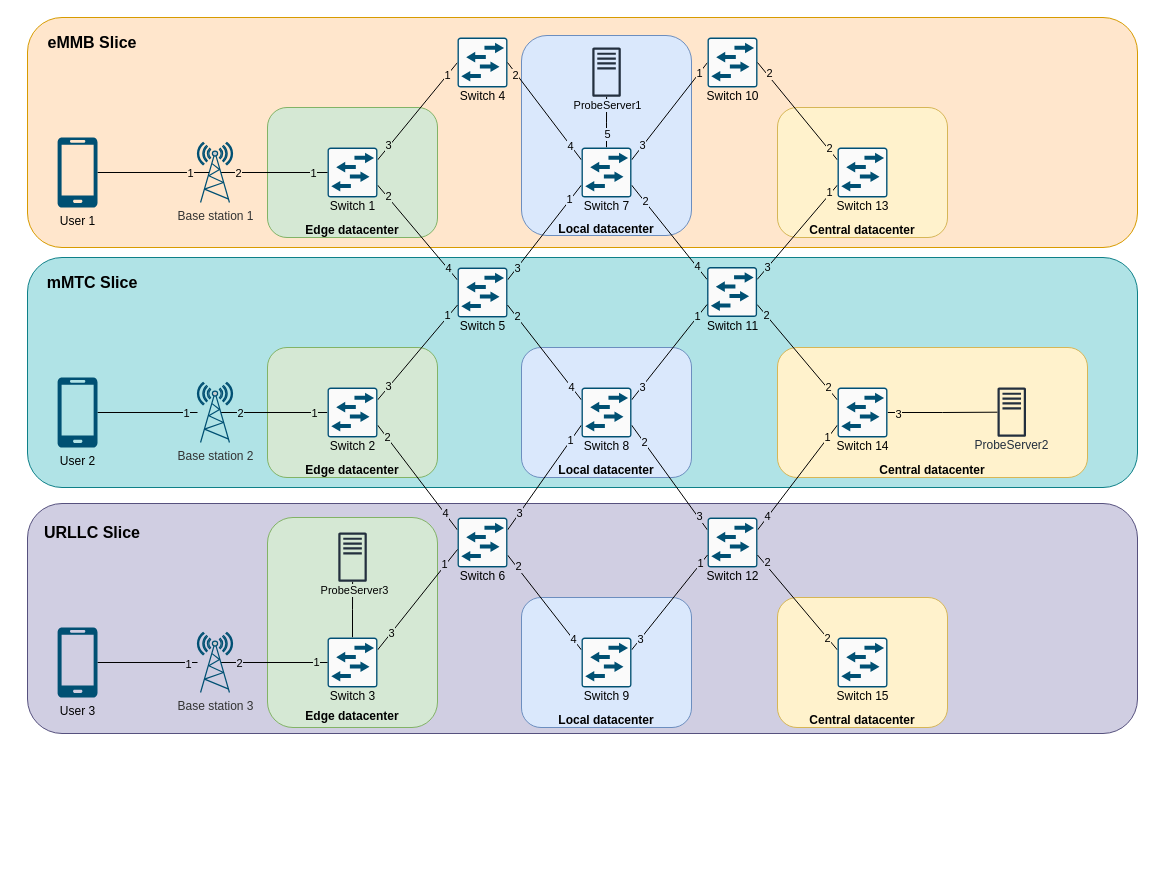
This is images/scenario_EMU.drawio from SuperboGiuseppe/sdn_slicing_blueprint, a draw.io file, before an edit. Source tidied: cells renumbered, new cells numbered last; positions are measured from the earlier drawing's top-left corner, leaving out a move shared by most shapes. Both pictures are drawn from the tidied source at 100%, with x=0, y=0 at pixel (17, 17).
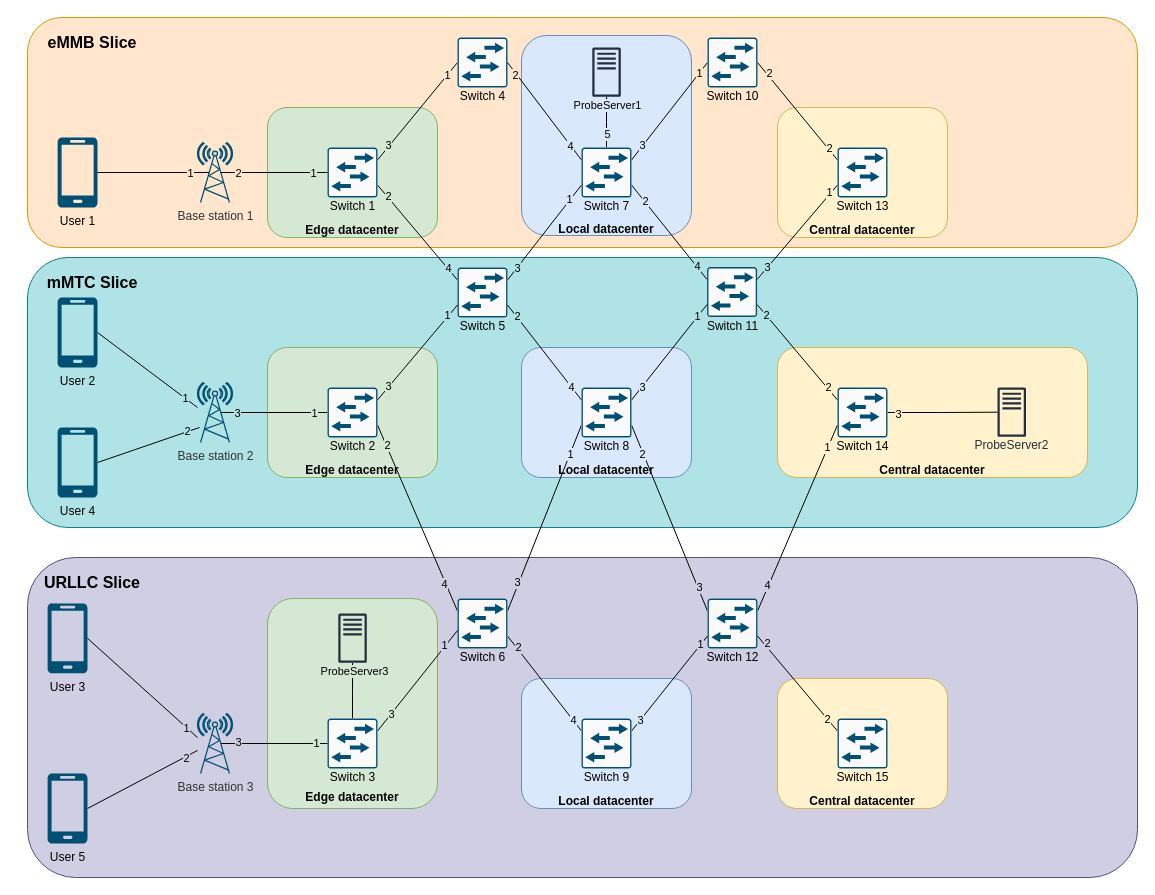
The same page after the edit.

Unchanged cells that the change refers to:
```xml
<mxCell id="56" style="edgeStyle=orthogonalEdgeStyle;rounded=0;jettySize=auto;html=1;exitX=0;exitY=0.5;exitDx=0;exitDy=0;exitPerimeter=0;endArrow=none;endFill=0;entryX=0.67;entryY=0.5;entryDx=0;entryDy=0;entryPerimeter=0;" parent="1" edge="1" source="59" target="104">
  <mxGeometry relative="1" as="geometry" />
</mxCell>
<mxCell id="60" style="edgeStyle=none;rounded=0;jettySize=auto;html=1;exitX=1;exitY=0.25;exitDx=0;exitDy=0;exitPerimeter=0;entryX=0;entryY=0.75;entryDx=0;entryDy=0;entryPerimeter=0;endArrow=none;endFill=0;" parent="1" edge="1" source="66" target="76">
  <mxGeometry relative="1" as="geometry" />
</mxCell>
<mxCell id="73" style="edgeStyle=none;rounded=0;jettySize=auto;html=1;exitX=1;exitY=0.75;exitDx=0;exitDy=0;exitPerimeter=0;entryX=0;entryY=0.25;entryDx=0;entryDy=0;entryPerimeter=0;endArrow=none;endFill=0;" parent="1" edge="1" source="76" target="80">
  <mxGeometry relative="1" as="geometry" />
</mxCell>
<mxCell id="104" value="&lt;font color=&quot;#333333&quot;&gt;Base station 2&lt;br&gt;&lt;/font&gt;" style="fontColor=#0066CC;verticalAlign=top;verticalLabelPosition=bottom;labelPosition=center;align=center;html=1;outlineConnect=0;fillColor=#CCCCCC;gradientColor=none;gradientDirection=north;strokeWidth=2;shape=mxgraph.networks.radio_tower;strokeColor=#005073;" parent="1" vertex="1">
  <mxGeometry x="180" y="365" width="35" height="60" as="geometry" />
</mxCell>
<mxCell id="105" style="edgeStyle=orthogonalEdgeStyle;rounded=0;jettySize=auto;html=1;exitX=0.67;exitY=0.5;exitDx=0;exitDy=0;exitPerimeter=0;entryX=0;entryY=0.5;entryDx=0;entryDy=0;entryPerimeter=0;endArrow=none;endFill=0;" parent="1" edge="1" source="108" target="91">
  <mxGeometry relative="1" as="geometry" />
</mxCell>
```

Diff of the diagram source:
```diff
@@
     <mxCell id="2" style="rounded=1;whiteSpace=wrap;html=1;fillColor=#d0cee2;strokeColor=#56517e;" parent="1" vertex="1">
-      <mxGeometry x="10" y="486" width="1110" height="230" as="geometry" />
+      <mxGeometry x="10" y="540" width="1110" height="320" as="geometry" />
     </mxCell>
     <mxCell id="3" style="rounded=1;whiteSpace=wrap;html=1;fillColor=#b0e3e6;strokeColor=#0e8088;" parent="1" vertex="1">
-      <mxGeometry x="10" y="240" width="1110" height="230" as="geometry" />
+      <mxGeometry x="10" y="240" width="1110" height="270" as="geometry" />
     </mxCell>
@@
     <mxCell id="5" value="&lt;b&gt;&lt;br&gt;&lt;br&gt;&lt;span style=&quot;color: rgb(0 , 0 , 0) ; font-family: &amp;#34;helvetica&amp;#34; ; font-size: 12px ; font-style: normal ; letter-spacing: normal ; text-align: center ; text-indent: 0px ; text-transform: none ; word-spacing: 0px ; display: inline ; float: none&quot;&gt;&lt;br&gt;&lt;br&gt;&lt;br&gt;&lt;br&gt;&lt;br&gt;&lt;br&gt;Local datacenter&lt;/span&gt;&lt;/b&gt;" style="rounded=1;whiteSpace=wrap;html=1;fillColor=#dae8fc;strokeColor=#6c8ebf;" parent="1" vertex="1">
-      <mxGeometry x="504" y="580" width="170" height="130" as="geometry" />
+      <mxGeometry x="504" y="661" width="170" height="130" as="geometry" />
     </mxCell>
@@
-    <mxCell id="58" value="2" style="edgeLabel;html=1;align=center;verticalAlign=middle;fontColor=#000000;labelBackgroundColor=#B0E3E6;" parent="56" vertex="1">
-      <mxGeometry x="0.65" relative="1" as="geometry" />
-    </mxCell>
+    <mxCell id="124" value="3" style="edgeLabel;html=1;align=center;verticalAlign=middle;labelBackgroundColor=#B0E3E6;" parent="56" vertex="1">
+      <mxGeometry x="0.71" relative="1" as="geometry" />
+    </mxCell>
@@
     <mxCell id="62" value="3" style="edgeLabel;html=1;align=center;verticalAlign=middle;fontColor=#000000;labelBackgroundColor=#D0CEE2;" parent="60" vertex="1">
       <mxGeometry x="-0.63" y="1" relative="1" as="geometry">
-        <mxPoint x="-2" y="3" as="offset" />
+        <mxPoint x="-3" y="6" as="offset" />
       </mxGeometry>
     </mxCell>
@@
     <mxCell id="66" value="Switch 6" style="points=[[0.015,0.015,0],[0.985,0.015,0],[0.985,0.985,0],[0.015,0.985,0],[0.25,0,0],[0.5,0,0],[0.75,0,0],[1,0.25,0],[1,0.5,0],[1,0.75,0],[0.75,1,0],[0.5,1,0],[0.25,1,0],[0,0.75,0],[0,0.5,0],[0,0.25,0]];verticalLabelPosition=bottom;html=1;verticalAlign=top;align=center;shape=mxgraph.cisco19.rect;prIcon=l2_switch;fillColor=#FAFAFA;strokeColor=#005073;spacing=-3;" parent="1" vertex="1">
-      <mxGeometry x="440" y="500" width="50" height="50" as="geometry" />
+      <mxGeometry x="440" y="581" width="50" height="50" as="geometry" />
     </mxCell>
@@
     <mxCell id="74" value="2" style="edgeLabel;html=1;align=center;verticalAlign=middle;fontColor=#000000;labelBackgroundColor=#DAE8FC;" parent="73" vertex="1">
       <mxGeometry x="-0.59" y="1" relative="1" as="geometry">
-        <mxPoint x="-4" y="-4" as="offset" />
+        <mxPoint x="-6" y="-9" as="offset" />
       </mxGeometry>
     </mxCell>
@@
     <mxCell id="80" value="Switch 12" style="points=[[0.015,0.015,0],[0.985,0.015,0],[0.985,0.985,0],[0.015,0.985,0],[0.25,0,0],[0.5,0,0],[0.75,0,0],[1,0.25,0],[1,0.5,0],[1,0.75,0],[0.75,1,0],[0.5,1,0],[0.25,1,0],[0,0.75,0],[0,0.5,0],[0,0.25,0]];verticalLabelPosition=bottom;html=1;verticalAlign=top;align=center;shape=mxgraph.cisco19.rect;prIcon=l2_switch;fillColor=#FAFAFA;strokeColor=#005073;spacing=-3;" parent="1" vertex="1">
-      <mxGeometry x="690" y="500" width="50" height="50" as="geometry" />
+      <mxGeometry x="690" y="581" width="50" height="50" as="geometry" />
     </mxCell>
@@
     <mxCell id="84" value="&lt;br&gt;&lt;br&gt;&lt;br&gt;&lt;br&gt;&lt;br&gt;&lt;br&gt;&lt;br&gt;&lt;br&gt;&lt;b&gt;Central datacenter&lt;/b&gt;" style="rounded=1;whiteSpace=wrap;html=1;fillColor=#fff2cc;strokeColor=#d6b656;" parent="1" vertex="1">
-      <mxGeometry x="760" y="580" width="170" height="130" as="geometry" />
+      <mxGeometry x="760" y="661" width="170" height="130" as="geometry" />
     </mxCell>
     <mxCell id="85" value="&lt;br&gt;&lt;br&gt;&lt;br&gt;&lt;br&gt;&lt;br&gt;&lt;br&gt;&lt;br&gt;&lt;br&gt;&lt;br&gt;&lt;br&gt;&lt;br&gt;&lt;br&gt;&lt;br&gt;&lt;b&gt;Edge datacenter&lt;/b&gt;" style="rounded=1;whiteSpace=wrap;html=1;fillColor=#d5e8d4;strokeColor=#82b366;" parent="1" vertex="1">
-      <mxGeometry x="250" y="500" width="170" height="210" as="geometry" />
+      <mxGeometry x="250" y="581" width="170" height="210" as="geometry" />
     </mxCell>
@@
     <mxCell id="91" value="Switch 3" style="points=[[0.015,0.015,0],[0.985,0.015,0],[0.985,0.985,0],[0.015,0.985,0],[0.25,0,0],[0.5,0,0],[0.75,0,0],[1,0.25,0],[1,0.5,0],[1,0.75,0],[0.75,1,0],[0.5,1,0],[0.25,1,0],[0,0.75,0],[0,0.5,0],[0,0.25,0]];verticalLabelPosition=bottom;html=1;verticalAlign=top;align=center;shape=mxgraph.cisco19.rect;prIcon=l2_switch;fillColor=#FAFAFA;strokeColor=#005073;spacing=-3;" parent="1" vertex="1">
-      <mxGeometry x="310" y="620" width="50" height="50" as="geometry" />
+      <mxGeometry x="310" y="701" width="50" height="50" as="geometry" />
     </mxCell>
@@
     <mxCell id="95" value="Switch 9" style="points=[[0.015,0.015,0],[0.985,0.015,0],[0.985,0.985,0],[0.015,0.985,0],[0.25,0,0],[0.5,0,0],[0.75,0,0],[1,0.25,0],[1,0.5,0],[1,0.75,0],[0.75,1,0],[0.5,1,0],[0.25,1,0],[0,0.75,0],[0,0.5,0],[0,0.25,0]];verticalLabelPosition=bottom;html=1;verticalAlign=top;align=center;shape=mxgraph.cisco19.rect;prIcon=l2_switch;fillColor=#FAFAFA;strokeColor=#005073;spacing=-3;" parent="1" vertex="1">
-      <mxGeometry x="564" y="620" width="50" height="50" as="geometry" />
+      <mxGeometry x="564" y="701" width="50" height="50" as="geometry" />
     </mxCell>
@@
     <mxCell id="99" value="Switch 15&lt;br&gt;" style="points=[[0.015,0.015,0],[0.985,0.015,0],[0.985,0.985,0],[0.015,0.985,0],[0.25,0,0],[0.5,0,0],[0.75,0,0],[1,0.25,0],[1,0.5,0],[1,0.75,0],[0.75,1,0],[0.5,1,0],[0.25,1,0],[0,0.75,0],[0,0.5,0],[0,0.25,0]];verticalLabelPosition=bottom;html=1;verticalAlign=top;align=center;shape=mxgraph.cisco19.rect;prIcon=l2_switch;fillColor=#FAFAFA;strokeColor=#005073;spacing=-3;" parent="1" vertex="1">
-      <mxGeometry x="820" y="620" width="50" height="50" as="geometry" />
+      <mxGeometry x="820" y="701" width="50" height="50" as="geometry" />
     </mxCell>
@@
-    <mxCell id="106" value="2" style="edgeLabel;html=1;align=center;verticalAlign=middle;fontColor=#000000;labelBackgroundColor=#D0CEE2;" parent="105" vertex="1">
-      <mxGeometry x="-0.66" y="1" relative="1" as="geometry">
-        <mxPoint y="1" as="offset" />
-      </mxGeometry>
-    </mxCell>
@@
+    <mxCell id="125" value="3" style="edgeLabel;html=1;align=center;verticalAlign=middle;labelBackgroundColor=#D0CEE2;" parent="105" vertex="1">
+      <mxGeometry x="-0.69" y="2" relative="1" as="geometry" />
+    </mxCell>
     <mxCell id="108" value="&lt;font color=&quot;#333333&quot;&gt;Base station 3&lt;br&gt;&lt;/font&gt;" style="fontColor=#0066CC;verticalAlign=top;verticalLabelPosition=bottom;labelPosition=center;align=center;html=1;outlineConnect=0;fillColor=#CCCCCC;gradientColor=none;gradientDirection=north;strokeWidth=2;shape=mxgraph.networks.radio_tower;strokeColor=#005073;" parent="1" vertex="1">
-      <mxGeometry x="180" y="615" width="35" height="60" as="geometry" />
+      <mxGeometry x="180" y="696" width="35" height="60" as="geometry" />
     </mxCell>
@@
-    <mxCell id="112" style="edgeStyle=orthogonalEdgeStyle;rounded=0;jettySize=auto;html=1;exitX=1;exitY=0.5;exitDx=0;exitDy=0;exitPerimeter=0;endArrow=none;endFill=0;" parent="1" edge="1" source="114" target="104">
-      <mxGeometry relative="1" as="geometry" />
+    <mxCell id="112" style="rounded=0;jettySize=auto;html=1;exitX=1;exitY=0.5;exitDx=0;exitDy=0;exitPerimeter=0;endArrow=none;endFill=0;" parent="1" edge="1" source="114">
+      <mxGeometry relative="1" as="geometry">
+        <mxPoint x="180" y="390" as="targetPoint" />
+      </mxGeometry>
     </mxCell>
@@
     <mxCell id="114" value="User 2" style="verticalLabelPosition=bottom;html=1;verticalAlign=top;align=center;strokeColor=none;shape=mxgraph.azure.mobile;fillColor=#005073;" parent="1" vertex="1">
-      <mxGeometry x="40" y="360" width="40" height="70" as="geometry" />
+      <mxGeometry x="40" y="280" width="40" height="70" as="geometry" />
     </mxCell>
-    <mxCell id="115" style="edgeStyle=orthogonalEdgeStyle;rounded=0;jettySize=auto;html=1;exitX=1;exitY=0.5;exitDx=0;exitDy=0;exitPerimeter=0;fontColor=#000000;endArrow=none;endFill=0;" parent="1" edge="1" source="117" target="108">
-      <mxGeometry relative="1" as="geometry" />
+    <mxCell id="115" style="rounded=0;jettySize=auto;html=1;exitX=1;exitY=0.5;exitDx=0;exitDy=0;exitPerimeter=0;fontColor=#000000;endArrow=none;endFill=0;" parent="1" edge="1" source="117">
+      <mxGeometry relative="1" as="geometry">
+        <mxPoint x="180" y="720" as="targetPoint" />
+      </mxGeometry>
     </mxCell>
@@
     <mxCell id="117" value="User 3" style="verticalLabelPosition=bottom;html=1;verticalAlign=top;align=center;strokeColor=none;shape=mxgraph.azure.mobile;fillColor=#005073;" parent="1" vertex="1">
-      <mxGeometry x="40" y="610" width="40" height="70" as="geometry" />
+      <mxGeometry x="30" y="585.8" width="40" height="70" as="geometry" />
     </mxCell>
@@
     <mxCell id="120" value="&lt;b&gt;&lt;font style=&quot;font-size: 16px&quot;&gt;URLLC Slice&lt;/font&gt;&lt;/b&gt;" style="text;html=1;strokeColor=none;fillColor=none;align=center;verticalAlign=middle;whiteSpace=wrap;rounded=0;" parent="1" vertex="1">
-      <mxGeometry y="500" width="150" height="30" as="geometry" />
+      <mxGeometry y="550" width="150" height="30" as="geometry" />
     </mxCell>
@@
     <mxCell id="123" style="outlineConnect=0;fontColor=#232F3E;gradientColor=none;fillColor=#232F3E;strokeColor=none;dashed=0;verticalLabelPosition=bottom;verticalAlign=top;align=center;html=1;fontSize=12;fontStyle=0;shape=mxgraph.aws4.traditional_server;" parent="1" vertex="1">
-      <mxGeometry x="320.8" y="515" width="28.5" height="49.4" as="geometry" />
+      <mxGeometry x="320.8" y="596" width="28.5" height="49.4" as="geometry" />
     </mxCell>
+    <mxCell id="126" style="edgeStyle=none;rounded=0;jettySize=auto;html=1;exitX=1;exitY=0.5;exitDx=0;exitDy=0;exitPerimeter=0;endArrow=none;endFill=0;" parent="1" edge="1" source="128">
+      <mxGeometry relative="1" as="geometry">
+        <mxPoint x="182" y="410" as="targetPoint" />
+      </mxGeometry>
+    </mxCell>
+    <mxCell id="127" value="2" style="edgeLabel;html=1;align=center;verticalAlign=middle;labelBackgroundColor=#B0E3E6;" parent="126" vertex="1">
+      <mxGeometry x="0.76" y="1" relative="1" as="geometry" />
+    </mxCell>
+    <mxCell id="128" value="User 4" style="verticalLabelPosition=bottom;html=1;verticalAlign=top;align=center;strokeColor=none;shape=mxgraph.azure.mobile;fillColor=#005073;" parent="1" vertex="1">
+      <mxGeometry x="40" y="410" width="40" height="70" as="geometry" />
+    </mxCell>
+    <mxCell id="129" style="edgeStyle=none;rounded=0;jettySize=auto;html=1;exitX=1;exitY=0.5;exitDx=0;exitDy=0;exitPerimeter=0;endArrow=none;endFill=0;" parent="1" edge="1" source="131">
+      <mxGeometry relative="1" as="geometry">
+        <mxPoint x="180" y="733" as="targetPoint" />
+      </mxGeometry>
+    </mxCell>
+    <mxCell id="130" value="2" style="edgeLabel;html=1;align=center;verticalAlign=middle;labelBackgroundColor=#D0CEE2;" parent="129" vertex="1">
+      <mxGeometry x="0.77" y="-2" relative="1" as="geometry">
+        <mxPoint y="-1" as="offset" />
+      </mxGeometry>
+    </mxCell>
+    <mxCell id="131" value="User 5" style="verticalLabelPosition=bottom;html=1;verticalAlign=top;align=center;strokeColor=none;shape=mxgraph.azure.mobile;fillColor=#005073;" parent="1" vertex="1">
+      <mxGeometry x="30" y="756" width="40" height="70" as="geometry" />
+    </mxCell>
```
